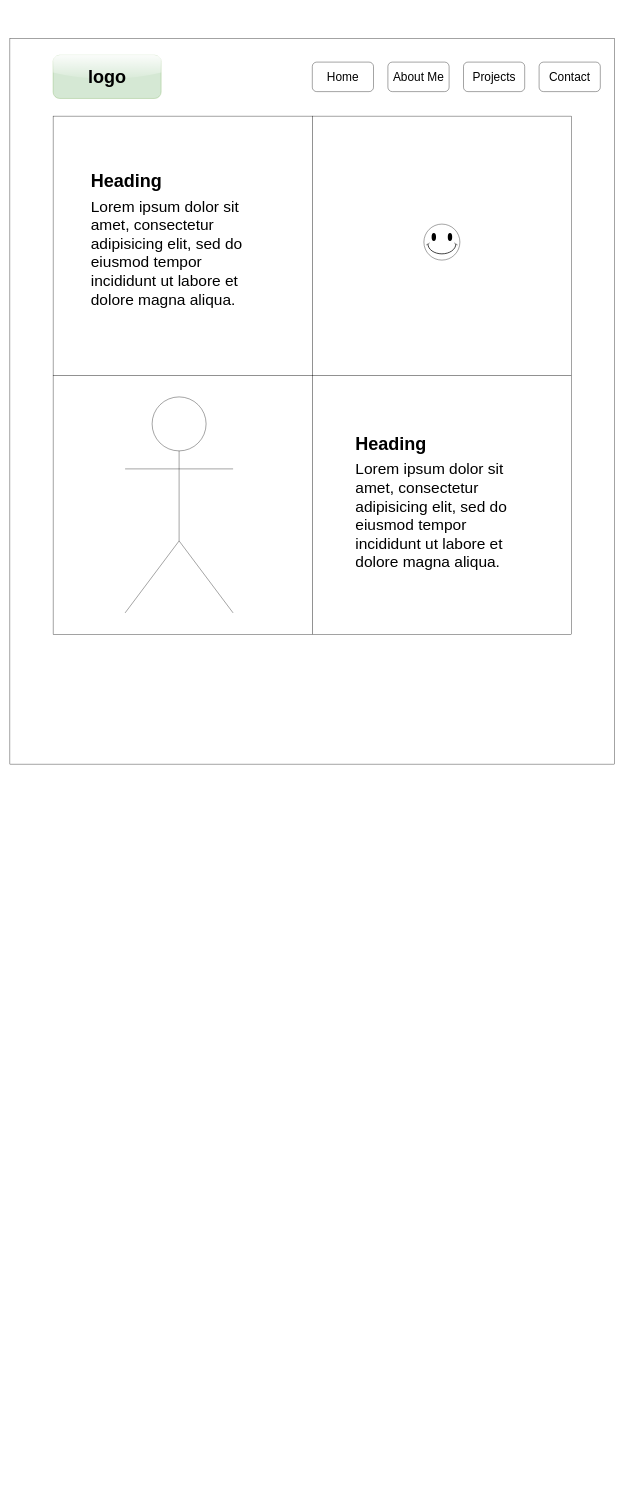
Above: Untitled Diagram.drawio in MichelleRoubikLee/LearningWireframing (draw.io), before the change. Source tidied: cells renumbered, new cells numbered last; positions are measured from the earlier drawing's top-left corner, leaving out a move shared by most shapes. Both pictures are drawn from the tidied source at 36%, with x=0, y=0 at pixel (10, 39).
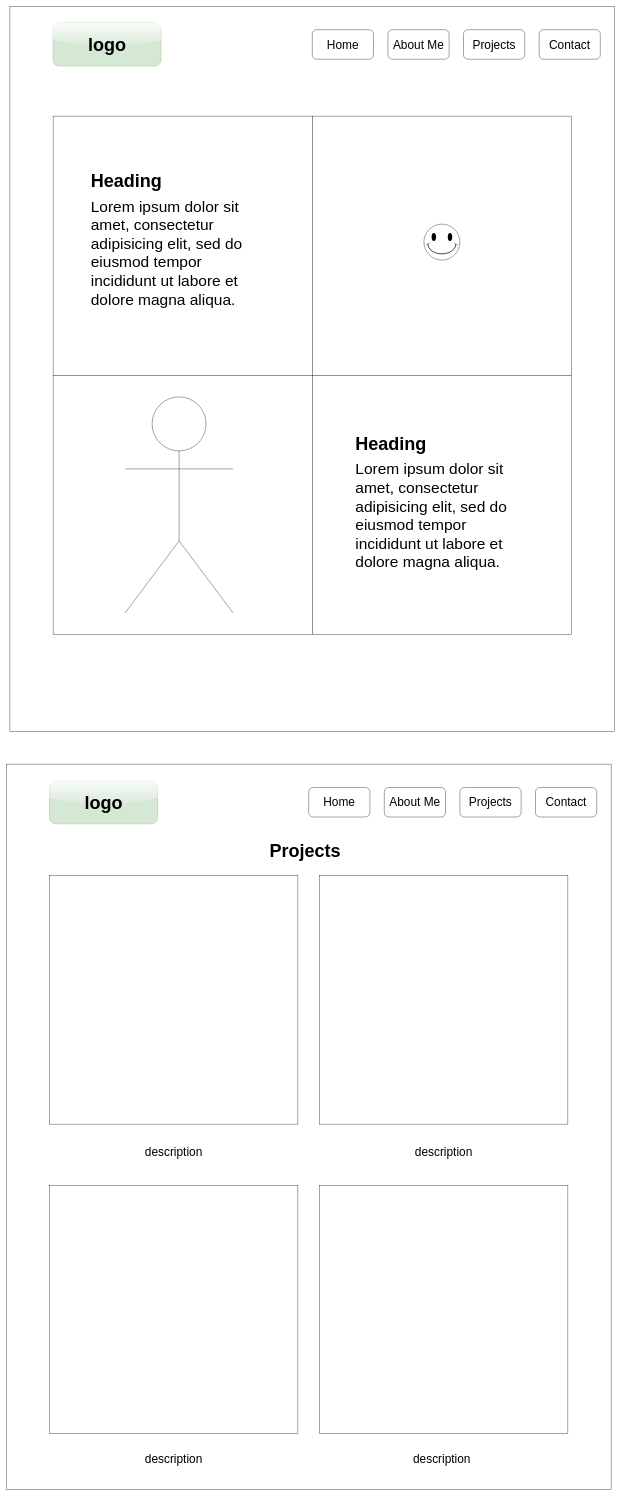
The same page after the edit.

Diff of the diagram source:
```diff
@@
     <mxCell id="2" style="rounded=0;whiteSpace=wrap;html=1;" parent="1" vertex="1">
-      <mxGeometry width="1680" height="2015" as="geometry" />
+      <mxGeometry y="-90" width="1680" height="2015" as="geometry" />
     </mxCell>
     <mxCell id="3" value="&lt;font style=&quot;font-size: 33px&quot;&gt;About Me&lt;/font&gt;" style="rounded=1;whiteSpace=wrap;html=1;" parent="1" vertex="1">
-      <mxGeometry x="1050" y="65" width="170" height="82" as="geometry" />
+      <mxGeometry x="1050" y="-25" width="170" height="82" as="geometry" />
     </mxCell>
     <mxCell id="4" value="&lt;font style=&quot;font-size: 33px&quot;&gt;Home&lt;/font&gt;" style="rounded=1;whiteSpace=wrap;html=1;" parent="1" vertex="1">
-      <mxGeometry x="840" y="65" width="170" height="82" as="geometry" />
+      <mxGeometry x="840" y="-25" width="170" height="82" as="geometry" />
     </mxCell>
     <mxCell id="5" value="&lt;font style=&quot;font-size: 33px&quot;&gt;Projects&lt;/font&gt;" style="rounded=1;whiteSpace=wrap;html=1;" parent="1" vertex="1">
-      <mxGeometry x="1260" y="65" width="170" height="82" as="geometry" />
+      <mxGeometry x="1260" y="-25" width="170" height="82" as="geometry" />
     </mxCell>
     <mxCell id="6" value="&lt;font style=&quot;font-size: 33px&quot;&gt;Contact&lt;/font&gt;" style="rounded=1;whiteSpace=wrap;html=1;" parent="1" vertex="1">
-      <mxGeometry x="1470" y="65" width="170" height="82" as="geometry" />
+      <mxGeometry x="1470" y="-25" width="170" height="82" as="geometry" />
     </mxCell>
@@
     <mxCell id="15" value="&lt;font style=&quot;font-size: 50px&quot;&gt;logo&lt;/font&gt;" style="text;strokeColor=#82b366;fillColor=#d5e8d4;html=1;fontSize=24;fontStyle=1;verticalAlign=middle;align=center;rounded=1;glass=1;" parent="1" vertex="1">
-      <mxGeometry x="120" y="46" width="300" height="120" as="geometry" />
+      <mxGeometry x="120" y="-44" width="300" height="120" as="geometry" />
     </mxCell>
+    <mxCell id="16" style="rounded=0;whiteSpace=wrap;html=1;" parent="1" vertex="1">
+      <mxGeometry x="-10" y="2015" width="1680" height="2015" as="geometry" />
+    </mxCell>
+    <mxCell id="17" value="&lt;font style=&quot;font-size: 33px&quot;&gt;About Me&lt;/font&gt;" style="rounded=1;whiteSpace=wrap;html=1;" parent="1" vertex="1">
+      <mxGeometry x="1040" y="2080" width="170" height="82" as="geometry" />
+    </mxCell>
+    <mxCell id="18" value="&lt;font style=&quot;font-size: 33px&quot;&gt;Home&lt;/font&gt;" style="rounded=1;whiteSpace=wrap;html=1;" parent="1" vertex="1">
+      <mxGeometry x="830" y="2080" width="170" height="82" as="geometry" />
+    </mxCell>
+    <mxCell id="19" value="&lt;font style=&quot;font-size: 33px&quot;&gt;Projects&lt;/font&gt;" style="rounded=1;whiteSpace=wrap;html=1;" parent="1" vertex="1">
+      <mxGeometry x="1250" y="2080" width="170" height="82" as="geometry" />
+    </mxCell>
+    <mxCell id="20" value="&lt;font style=&quot;font-size: 33px&quot;&gt;Contact&lt;/font&gt;" style="rounded=1;whiteSpace=wrap;html=1;" parent="1" vertex="1">
+      <mxGeometry x="1460" y="2080" width="170" height="82" as="geometry" />
+    </mxCell>
+    <mxCell id="21" style="whiteSpace=wrap;html=1;" parent="1" vertex="1">
+      <mxGeometry x="110" y="2325" width="690" height="690" as="geometry" />
+    </mxCell>
+    <mxCell id="22" style="whiteSpace=wrap;html=1;" parent="1" vertex="1">
+      <mxGeometry x="860" y="2325" width="690" height="690" as="geometry" />
+    </mxCell>
+    <mxCell id="23" style="whiteSpace=wrap;html=1;" parent="1" vertex="1">
+      <mxGeometry x="860" y="3185" width="690" height="690" as="geometry" />
+    </mxCell>
+    <mxCell id="24" value="&lt;font style=&quot;font-size: 50px&quot;&gt;logo&lt;/font&gt;" style="text;strokeColor=#82b366;fillColor=#d5e8d4;html=1;fontSize=24;fontStyle=1;verticalAlign=middle;align=center;rounded=1;glass=1;" parent="1" vertex="1">
+      <mxGeometry x="110" y="2061" width="300" height="120" as="geometry" />
+    </mxCell>
+    <mxCell id="25" style="whiteSpace=wrap;html=1;" parent="1" vertex="1">
+      <mxGeometry x="110" y="3185" width="690" height="690" as="geometry" />
+    </mxCell>
+    <mxCell id="26" value="&lt;font style=&quot;font-size: 33px&quot;&gt;description&lt;/font&gt;" style="rounded=1;whiteSpace=wrap;html=1;strokeColor=none;" parent="1" vertex="1">
+      <mxGeometry x="370" y="3050" width="170" height="82" as="geometry" />
+    </mxCell>
+    <mxCell id="27" value="&lt;font style=&quot;font-size: 33px&quot;&gt;description&lt;/font&gt;" style="rounded=1;whiteSpace=wrap;html=1;strokeColor=none;" parent="1" vertex="1">
+      <mxGeometry x="1120" y="3050" width="170" height="82" as="geometry" />
+    </mxCell>
+    <mxCell id="28" value="&lt;font style=&quot;font-size: 33px&quot;&gt;description&lt;/font&gt;" style="rounded=1;whiteSpace=wrap;html=1;strokeColor=none;" parent="1" vertex="1">
+      <mxGeometry x="370" y="3905" width="170" height="82" as="geometry" />
+    </mxCell>
+    <mxCell id="29" value="&lt;font style=&quot;font-size: 33px&quot;&gt;description&lt;/font&gt;" style="rounded=1;whiteSpace=wrap;html=1;strokeColor=none;" parent="1" vertex="1">
+      <mxGeometry x="1115" y="3905" width="170" height="82" as="geometry" />
+    </mxCell>
+    <mxCell id="30" value="&lt;font style=&quot;font-size: 50px&quot;&gt;Projects&lt;/font&gt;" style="text;html=1;fontSize=24;fontStyle=1;verticalAlign=middle;align=center;rounded=1;glass=1;" parent="1" vertex="1">
+      <mxGeometry x="670" y="2195" width="300" height="120" as="geometry" />
+    </mxCell>
```
